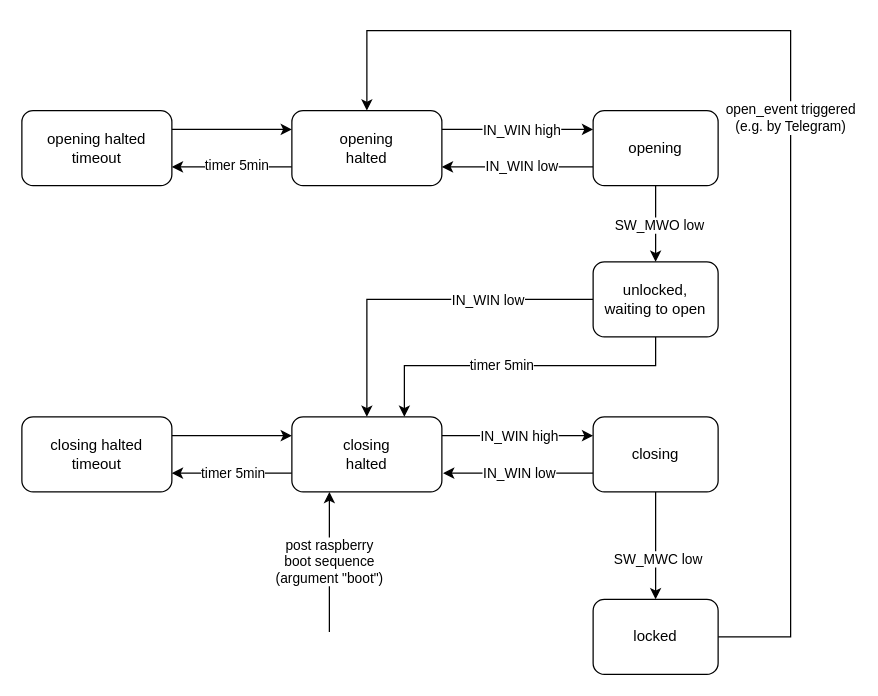
The draw.io diagram Software/software_flow_diagram.drawio in fablabcb/fablock, before the edit. Source tidied: cells renumbered, new cells numbered last; positions are measured from the earlier drawing's top-left corner, leaving out a move shared by most shapes. Both pictures are drawn from the tidied source at 125%, with x=0, y=0 at pixel (21, 30).
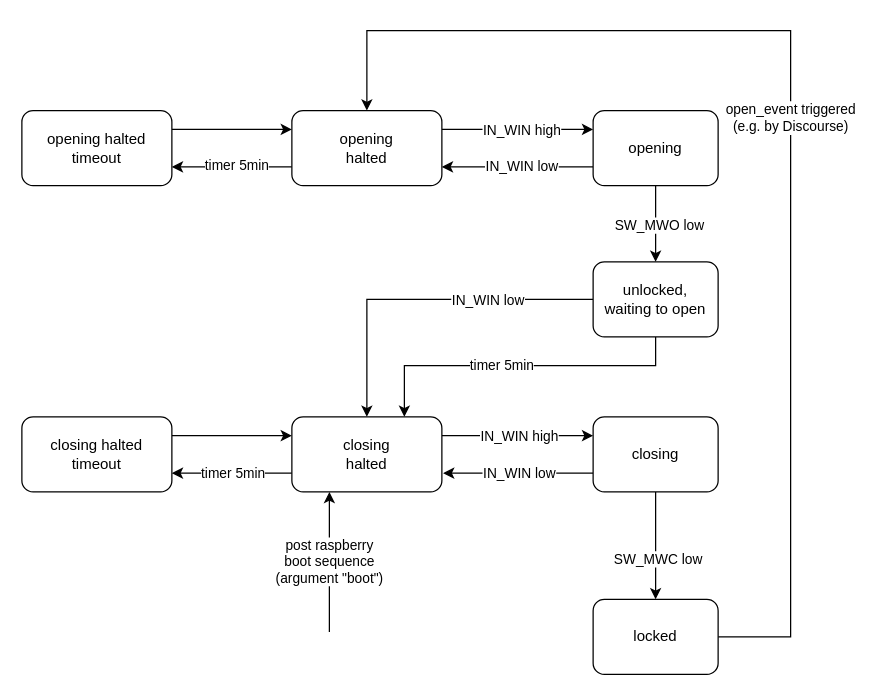
The same diagram, later.

Unchanged cells that the change refers to:
```xml
<mxCell id="3" value="locked" style="rounded=1;whiteSpace=wrap;html=1;" parent="1" vertex="1">
  <mxGeometry x="457" y="455" width="100" height="60" as="geometry" />
</mxCell>
<mxCell id="23" value="&lt;div&gt;opening&lt;/div&gt;&lt;div&gt;halted&lt;br&gt;&lt;/div&gt;" style="rounded=1;whiteSpace=wrap;html=1;" parent="1" vertex="1">
  <mxGeometry x="216" y="64" width="120" height="60" as="geometry" />
</mxCell>
```

Diff of the diagram source:
```diff
@@
-    <mxCell id="2" value="open_event triggered&lt;br&gt;&lt;div&gt;(e.g. by Telegram)&lt;/div&gt;" style="edgeStyle=orthogonalEdgeStyle;rounded=0;jettySize=auto;html=1;exitX=1;exitY=0.5;exitDx=0;exitDy=0;entryX=0.5;entryY=0;entryDx=0;entryDy=0;" parent="1" edge="1" source="3" target="23">
+    <mxCell id="2" value="open_event triggered&lt;br&gt;&lt;div&gt;(e.g. by Discourse)&lt;/div&gt;" style="edgeStyle=orthogonalEdgeStyle;rounded=0;jettySize=auto;html=1;exitX=1;exitY=0.5;exitDx=0;exitDy=0;entryX=0.5;entryY=0;entryDx=0;entryDy=0;" parent="1" edge="1" source="3" target="23">
       <mxGeometry relative="1" as="geometry">
         <Array as="points">
           <mxPoint x="615" y="485" />
           <mxPoint x="615" />
           <mxPoint x="276" />
         </Array>
       </mxGeometry>
     </mxCell>
```
